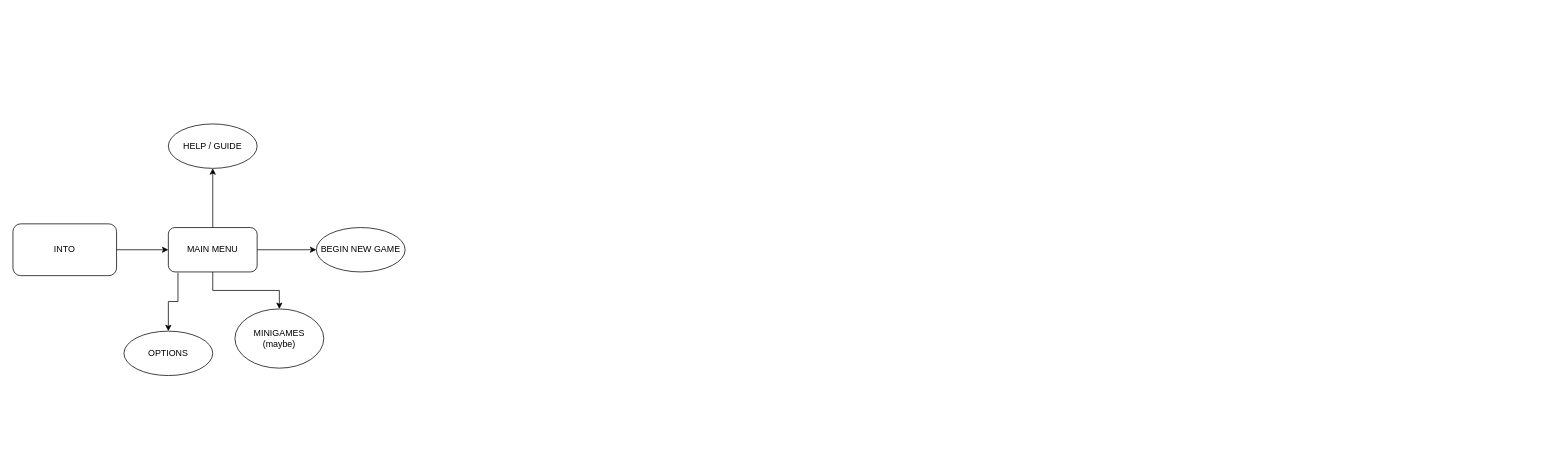
Above: SASIV.drawio in PapaZmey/SASIV (draw.io), before the change. Source tidied: cells renumbered, new cells numbered last; positions are measured from the earlier drawing's top-left corner, leaving out a move shared by most shapes. Both pictures are drawn from the tidied source at 74%, with x=0, y=0 at pixel (13, 124).
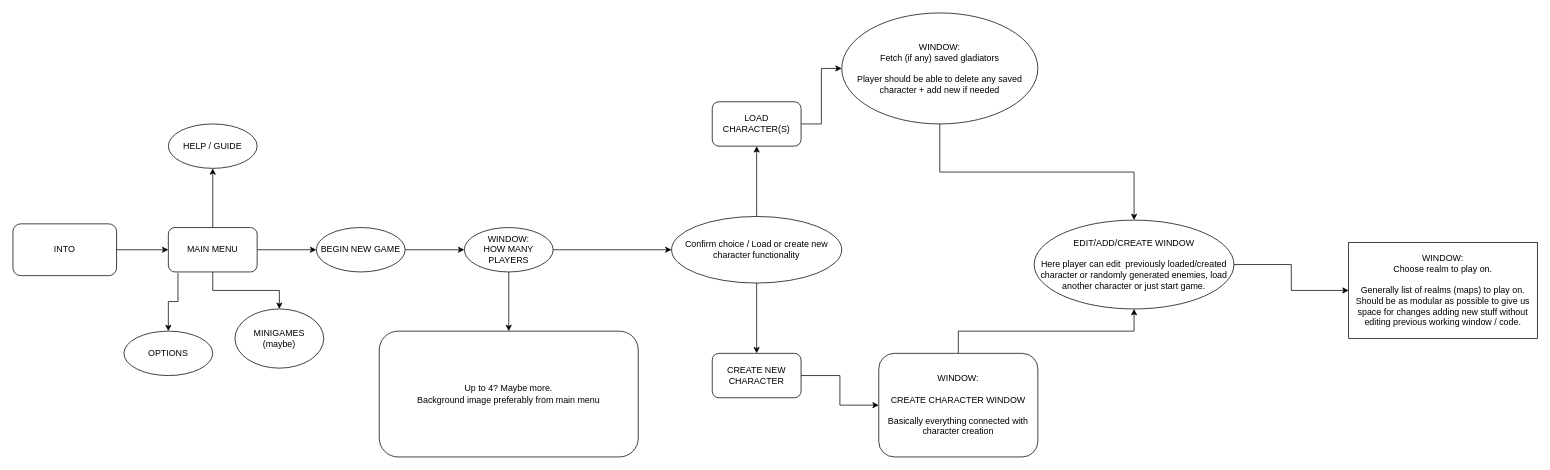
The same diagram, later.

The change refers to these unchanged cells:
```xml
<mxCell id="11" value="BEGIN NEW GAME" style="ellipse;whiteSpace=wrap;html=1;rounded=1;" parent="1" vertex="1">
  <mxGeometry x="410" y="140" width="120" height="60" as="geometry" />
</mxCell>
```

What changed in the source:
```diff
@@
+    <mxCell id="13" style="edgeStyle=orthogonalEdgeStyle;rounded=0;jettySize=auto;html=1;" parent="1" edge="1" source="11" target="16">
+      <mxGeometry relative="1" as="geometry" />
+    </mxCell>
@@
+    <mxCell id="14" style="edgeStyle=orthogonalEdgeStyle;rounded=0;jettySize=auto;html=1;" parent="1" edge="1" source="16" target="17">
+      <mxGeometry relative="1" as="geometry" />
+    </mxCell>
+    <mxCell id="15" style="edgeStyle=orthogonalEdgeStyle;rounded=0;jettySize=auto;html=1;" parent="1" edge="1" source="16" target="20">
+      <mxGeometry relative="1" as="geometry" />
+    </mxCell>
+    <mxCell id="16" value="WINDOW:&lt;br&gt;HOW MANY PLAYERS" style="ellipse;whiteSpace=wrap;html=1;rounded=1;" parent="1" vertex="1">
+      <mxGeometry x="610" y="140" width="120" height="60" as="geometry" />
+    </mxCell>
+    <mxCell id="17" value="&lt;div&gt;Up to 4? Maybe more. &lt;br&gt;&lt;/div&gt;&lt;div&gt;Background image preferably from main menu&lt;br&gt;&lt;/div&gt;" style="whiteSpace=wrap;html=1;rounded=1;" parent="1" vertex="1">
+      <mxGeometry x="495" y="280" width="350" height="170" as="geometry" />
+    </mxCell>
+    <mxCell id="18" style="edgeStyle=orthogonalEdgeStyle;rounded=0;jettySize=auto;html=1;" parent="1" edge="1" source="20" target="22">
+      <mxGeometry relative="1" as="geometry" />
+    </mxCell>
+    <mxCell id="19" style="edgeStyle=orthogonalEdgeStyle;rounded=0;jettySize=auto;html=1;" parent="1" edge="1" source="20" target="24">
+      <mxGeometry relative="1" as="geometry" />
+    </mxCell>
+    <mxCell id="20" value="Confirm choice / Load or create new character functionality " style="ellipse;whiteSpace=wrap;html=1;rounded=1;" parent="1" vertex="1">
+      <mxGeometry x="890" y="125" width="230" height="90" as="geometry" />
+    </mxCell>
+    <mxCell id="21" style="edgeStyle=orthogonalEdgeStyle;rounded=0;jettySize=auto;html=1;" parent="1" edge="1" source="22" target="26">
+      <mxGeometry relative="1" as="geometry" />
+    </mxCell>
+    <mxCell id="22" value="LOAD CHARACTER(S)" style="whiteSpace=wrap;html=1;rounded=1;" parent="1" vertex="1">
+      <mxGeometry x="945" y="-30" width="120" height="60" as="geometry" />
+    </mxCell>
+    <mxCell id="23" style="edgeStyle=orthogonalEdgeStyle;rounded=0;jettySize=auto;html=1;" parent="1" edge="1" source="24" target="28">
+      <mxGeometry relative="1" as="geometry" />
+    </mxCell>
+    <mxCell id="24" value="CREATE NEW CHARACTER" style="whiteSpace=wrap;html=1;rounded=1;" parent="1" vertex="1">
+      <mxGeometry x="945" y="310" width="120" height="60" as="geometry" />
+    </mxCell>
+    <mxCell id="25" style="edgeStyle=orthogonalEdgeStyle;rounded=0;jettySize=auto;html=1;" parent="1" edge="1" source="26" target="30">
+      <mxGeometry relative="1" as="geometry" />
+    </mxCell>
+    <mxCell id="26" value="&lt;div&gt;WINDOW:&lt;/div&gt;&lt;div&gt;Fetch (if any) saved gladiators&lt;br&gt;&lt;/div&gt;&lt;div&gt;&lt;br&gt;&lt;/div&gt;&lt;div&gt;Player should be able to delete any saved character + add new if needed&lt;br&gt;&lt;/div&gt;" style="ellipse;whiteSpace=wrap;html=1;rounded=1;" parent="1" vertex="1">
+      <mxGeometry x="1120" y="-150" width="265" height="150" as="geometry" />
+    </mxCell>
+    <mxCell id="27" style="edgeStyle=orthogonalEdgeStyle;rounded=0;jettySize=auto;html=1;entryX=0.5;entryY=1;entryDx=0;entryDy=0;" parent="1" edge="1" source="28" target="30">
+      <mxGeometry relative="1" as="geometry" />
+    </mxCell>
+    <mxCell id="28" value="&lt;div&gt;WINDOW:&lt;/div&gt;&lt;div&gt;&lt;br&gt;&lt;/div&gt;&lt;div&gt;CREATE CHARACTER WINDOW&lt;/div&gt;&lt;div&gt;&lt;br&gt;&lt;/div&gt;&lt;div&gt;Basically everything connected with character creation&lt;br&gt;&lt;/div&gt;" style="whiteSpace=wrap;html=1;rounded=1;" parent="1" vertex="1">
+      <mxGeometry x="1170" y="310" width="215" height="140" as="geometry" />
+    </mxCell>
+    <mxCell id="29" style="edgeStyle=orthogonalEdgeStyle;rounded=0;jettySize=auto;html=1;" parent="1" edge="1" source="30" target="31">
+      <mxGeometry relative="1" as="geometry" />
+    </mxCell>
+    <mxCell id="30" value="EDIT/ADD/CREATE WINDOW&lt;br&gt;&lt;br&gt;Here player can edit&amp;nbsp; previously loaded/created character or randomly generated enemies, load another character or just start game." style="ellipse;whiteSpace=wrap;html=1;" parent="1" vertex="1">
+      <mxGeometry x="1380" y="130" width="270" height="120" as="geometry" />
+    </mxCell>
+    <mxCell id="31" value="&lt;div&gt;WINDOW:&lt;/div&gt;&lt;div&gt;Choose realm to play on.&lt;br&gt;&lt;/div&gt;&lt;div&gt;&lt;br&gt;&lt;/div&gt;&lt;div&gt;Generally list of realms (maps) to play on. Should be as modular as possible to give us space for changes adding new stuff without editing previous working window / code.&lt;br&gt;&lt;/div&gt;" style="whiteSpace=wrap;html=1;" parent="1" vertex="1">
+      <mxGeometry x="1805" y="160" width="255" height="130" as="geometry" />
+    </mxCell>
```
